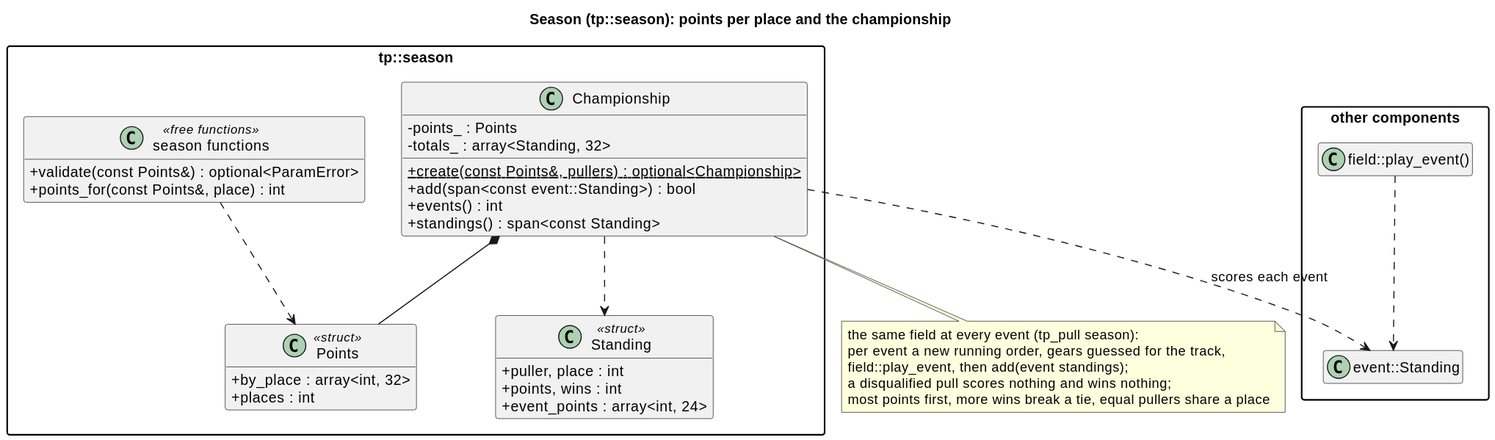
The PlantUML diagram docs/diagrams/svg/season_classes.svg in wversteeg/TractorPulling, before a commit.
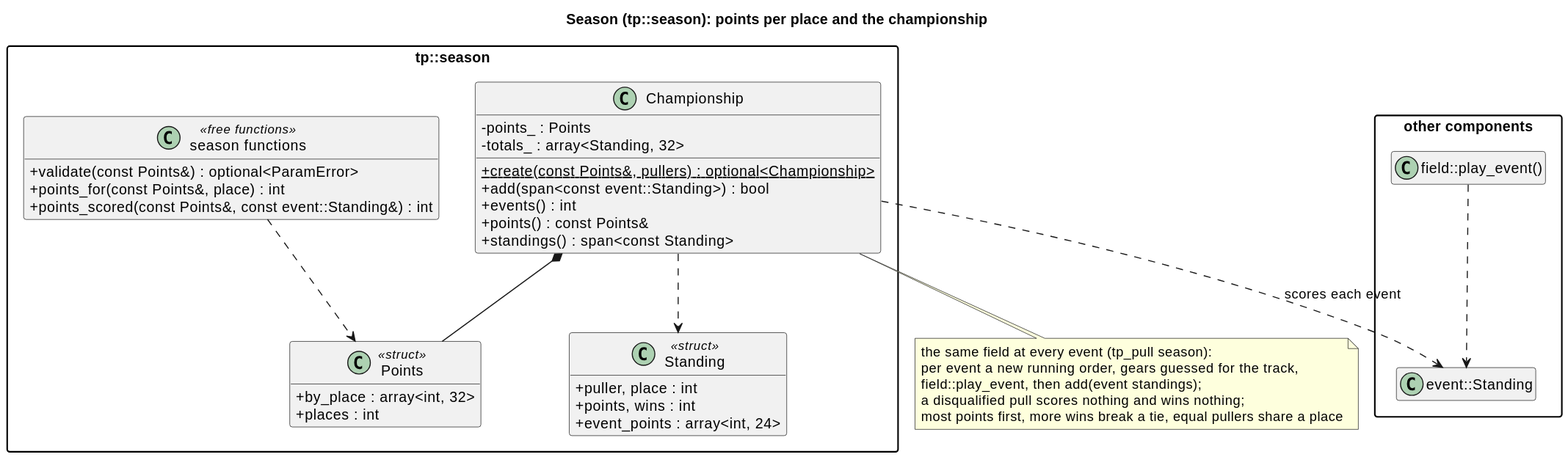
Above is the later version.

What changed in the source:
```diff
@@ -25,11 +25,13 @@
     +{static} create(const Points&, pullers) : optional<Championship>
     +add(span<const event::Standing>) : bool
     +events() : int
+    +points() : const Points&
     +standings() : span<const Standing>
   }
   class "season functions" as SeasonFns <<free functions>> {
     +validate(const Points&) : optional<ParamError>
     +points_for(const Points&, place) : int
+    +points_scored(const Points&, const event::Standing&) : int
   }
   Championship *-- Points
   Championship ..> Standing
```
